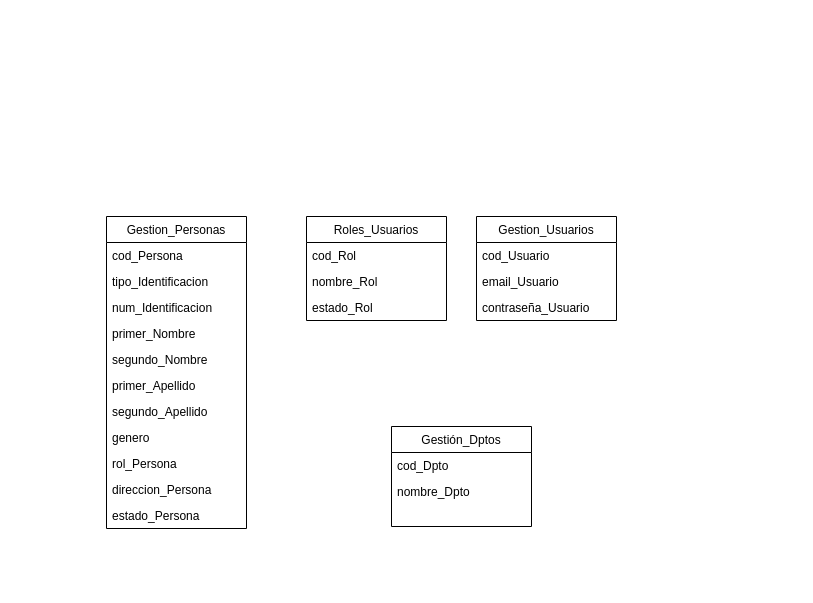
Before: page "Yesid Linares Palmino" (3 of 5) of Untitled Diagram.drawio in dpeter1290/riesgoseincidentesSST, a draw.io diagram. Source tidied: cells renumbered, new cells numbered last; positions are measured from the earlier drawing's top-left corner, leaving out a move shared by most shapes. Both pictures are drawn from the tidied source at 100%, with x=0, y=0 at pixel (106, 216).
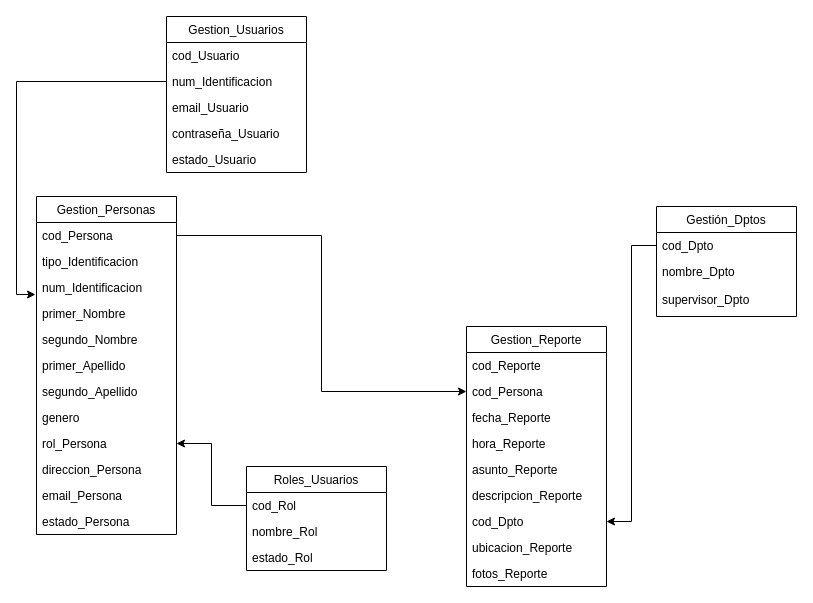
Above is the later version.

Commit message:
Update Diagrama Clases 5

The change refers to these unchanged cells:
```xml
<mxCell id="3" value="cod_Persona" style="text;strokeColor=none;fillColor=none;align=left;verticalAlign=top;spacingLeft=4;spacingRight=4;overflow=hidden;points=[[0,0.5],[1,0.5]];portConstraint=eastwest;" parent="2" vertex="1">
  <mxGeometry y="26" width="140" height="26" as="geometry" />
</mxCell>
<mxCell id="5" value="num_Identificacion" style="text;strokeColor=none;fillColor=none;align=left;verticalAlign=top;spacingLeft=4;spacingRight=4;overflow=hidden;points=[[0,0.5],[1,0.5]];portConstraint=eastwest;" parent="2" vertex="1">
  <mxGeometry y="78" width="140" height="26" as="geometry" />
</mxCell>
<mxCell id="11" value="rol_Persona" style="text;strokeColor=none;fillColor=none;align=left;verticalAlign=top;spacingLeft=4;spacingRight=4;overflow=hidden;points=[[0,0.5],[1,0.5]];portConstraint=eastwest;" parent="2" vertex="1">
  <mxGeometry y="234" width="140" height="26" as="geometry" />
</mxCell>
<mxCell id="15" value="cod_Rol" style="text;strokeColor=none;fillColor=none;align=left;verticalAlign=top;spacingLeft=4;spacingRight=4;overflow=hidden;points=[[0,0.5],[1,0.5]];portConstraint=eastwest;" parent="14" vertex="1">
  <mxGeometry y="26" width="140" height="26" as="geometry" />
</mxCell>
<mxCell id="23" value="cod_Dpto" style="text;strokeColor=none;fillColor=none;align=left;verticalAlign=top;spacingLeft=4;spacingRight=4;overflow=hidden;points=[[0,0.5],[1,0.5]];portConstraint=eastwest;" parent="22" vertex="1">
  <mxGeometry y="26" width="140" height="26" as="geometry" />
</mxCell>
```

Change to the diagram source:
```diff
@@
     <mxCell id="2" value="Gestion_Personas" style="swimlane;fontStyle=0;horizontal=1;startSize=26;fillColor=none;" parent="1" vertex="1">
-      <mxGeometry width="140" height="312" as="geometry" />
+      <mxGeometry x="-70" y="-20" width="140" height="338" as="geometry" />
     </mxCell>
@@
+    <mxCell id="25" value="email_Persona" style="text;strokeColor=none;fillColor=none;align=left;verticalAlign=top;spacingLeft=4;spacingRight=4;overflow=hidden;" parent="2" vertex="1">
+      <mxGeometry y="286" width="140" height="26" as="geometry" />
+    </mxCell>
     <mxCell id="13" value="estado_Persona" style="text;strokeColor=none;fillColor=none;align=left;verticalAlign=top;spacingLeft=4;spacingRight=4;overflow=hidden;" parent="2" vertex="1">
-      <mxGeometry y="286" width="140" height="26" as="geometry" />
+      <mxGeometry y="312" width="140" height="26" as="geometry" />
     </mxCell>
     <mxCell id="14" value="Roles_Usuarios" style="swimlane;fontStyle=0;horizontal=1;startSize=26;fillColor=none;" parent="1" vertex="1">
-      <mxGeometry x="200" width="140" height="104" as="geometry" />
+      <mxGeometry x="140" y="250" width="140" height="104" as="geometry" />
     </mxCell>
@@
     <mxCell id="18" value="Gestion_Usuarios" style="swimlane;fontStyle=0;horizontal=1;startSize=26;fillColor=none;" parent="1" vertex="1">
-      <mxGeometry x="370" width="140" height="104" as="geometry" />
+      <mxGeometry x="60" y="-200" width="140" height="156" as="geometry" />
     </mxCell>
+    <mxCell id="26" value="cod_Usuario" style="text;strokeColor=none;fillColor=none;align=left;verticalAlign=top;spacingLeft=4;spacingRight=4;overflow=hidden;" parent="18" vertex="1">
+      <mxGeometry y="26" width="140" height="26" as="geometry" />
+    </mxCell>
-    <mxCell id="19" value="cod_Usuario" style="text;strokeColor=none;fillColor=none;align=left;verticalAlign=top;spacingLeft=4;spacingRight=4;overflow=hidden;points=[[0,0.5],[1,0.5]];portConstraint=eastwest;" parent="18" vertex="1">
-      <mxGeometry y="26" width="140" height="26" as="geometry" />
+    <mxCell id="19" value="num_Identificacion" style="text;strokeColor=none;fillColor=none;align=left;verticalAlign=top;spacingLeft=4;spacingRight=4;overflow=hidden;points=[[0,0.5],[1,0.5]];portConstraint=eastwest;" parent="18" vertex="1">
+      <mxGeometry y="52" width="140" height="26" as="geometry" />
     </mxCell>
     <mxCell id="20" value="email_Usuario" style="text;strokeColor=none;fillColor=none;align=left;verticalAlign=top;spacingLeft=4;spacingRight=4;overflow=hidden;" parent="18" vertex="1">
-      <mxGeometry y="52" width="140" height="26" as="geometry" />
+      <mxGeometry y="78" width="140" height="26" as="geometry" />
     </mxCell>
     <mxCell id="21" value="contraseña_Usuario" style="text;strokeColor=none;fillColor=none;align=left;verticalAlign=top;spacingLeft=4;spacingRight=4;overflow=hidden;" parent="18" vertex="1">
-      <mxGeometry y="78" width="140" height="26" as="geometry" />
+      <mxGeometry y="104" width="140" height="26" as="geometry" />
     </mxCell>
+    <mxCell id="27" value="estado_Usuario" style="text;strokeColor=none;fillColor=none;align=left;verticalAlign=top;spacingLeft=4;spacingRight=4;overflow=hidden;" parent="18" vertex="1">
+      <mxGeometry y="130" width="140" height="26" as="geometry" />
+    </mxCell>
     <mxCell id="22" value="Gestión_Dptos" style="swimlane;fontStyle=0;horizontal=1;startSize=26;fillColor=none;" parent="1" vertex="1">
-      <mxGeometry x="285" y="210" width="140" height="100" as="geometry" />
+      <mxGeometry x="550" y="-10" width="140" height="110" as="geometry" />
     </mxCell>
@@
     <mxCell id="24" value="nombre_Dpto" style="text;strokeColor=none;fillColor=none;align=left;verticalAlign=top;spacingLeft=4;spacingRight=4;overflow=hidden;" parent="22" vertex="1">
-      <mxGeometry y="52" width="140" height="48" as="geometry" />
+      <mxGeometry y="52" width="140" height="28" as="geometry" />
     </mxCell>
+    <mxCell id="28" value="supervisor_Dpto" style="text;strokeColor=none;fillColor=none;align=left;verticalAlign=top;spacingLeft=4;spacingRight=4;overflow=hidden;" parent="22" vertex="1">
+      <mxGeometry y="80" width="140" height="30" as="geometry" />
+    </mxCell>
+    <mxCell id="29" value="Gestion_Reporte" style="swimlane;fontStyle=0;horizontal=1;startSize=26;fillColor=none;" parent="1" vertex="1">
+      <mxGeometry x="360" y="110" width="140" height="260" as="geometry" />
+    </mxCell>
+    <mxCell id="30" value="cod_Reporte" style="text;strokeColor=none;fillColor=none;align=left;verticalAlign=top;spacingLeft=4;spacingRight=4;overflow=hidden;" parent="29" vertex="1">
+      <mxGeometry y="26" width="140" height="26" as="geometry" />
+    </mxCell>
+    <mxCell id="31" value="cod_Persona" style="text;strokeColor=none;fillColor=none;align=left;verticalAlign=top;spacingLeft=4;spacingRight=4;overflow=hidden;points=[[0,0.5],[1,0.5]];portConstraint=eastwest;" parent="29" vertex="1">
+      <mxGeometry y="52" width="140" height="26" as="geometry" />
+    </mxCell>
+    <mxCell id="32" value="fecha_Reporte" style="text;strokeColor=none;fillColor=none;align=left;verticalAlign=top;spacingLeft=4;spacingRight=4;overflow=hidden;" parent="29" vertex="1">
+      <mxGeometry y="78" width="140" height="26" as="geometry" />
+    </mxCell>
+    <mxCell id="33" value="hora_Reporte" style="text;strokeColor=none;fillColor=none;align=left;verticalAlign=top;spacingLeft=4;spacingRight=4;overflow=hidden;" parent="29" vertex="1">
+      <mxGeometry y="104" width="140" height="26" as="geometry" />
+    </mxCell>
+    <mxCell id="34" value="asunto_Reporte" style="text;strokeColor=none;fillColor=none;align=left;verticalAlign=top;spacingLeft=4;spacingRight=4;overflow=hidden;" parent="29" vertex="1">
+      <mxGeometry y="130" width="140" height="26" as="geometry" />
+    </mxCell>
+    <mxCell id="35" value="descripcion_Reporte" style="text;strokeColor=none;fillColor=none;align=left;verticalAlign=top;spacingLeft=4;spacingRight=4;overflow=hidden;" parent="29" vertex="1">
+      <mxGeometry y="156" width="140" height="26" as="geometry" />
+    </mxCell>
+    <mxCell id="36" value="cod_Dpto" style="text;strokeColor=none;fillColor=none;align=left;verticalAlign=top;spacingLeft=4;spacingRight=4;overflow=hidden;points=[[0,0.5],[1,0.5]];portConstraint=eastwest;" parent="29" vertex="1">
+      <mxGeometry y="182" width="140" height="26" as="geometry" />
+    </mxCell>
+    <mxCell id="37" value="ubicacion_Reporte" style="text;strokeColor=none;fillColor=none;align=left;verticalAlign=top;spacingLeft=4;spacingRight=4;overflow=hidden;" parent="29" vertex="1">
+      <mxGeometry y="208" width="140" height="26" as="geometry" />
+    </mxCell>
+    <mxCell id="38" value="fotos_Reporte" style="text;strokeColor=none;fillColor=none;align=left;verticalAlign=top;spacingLeft=4;spacingRight=4;overflow=hidden;" parent="29" vertex="1">
+      <mxGeometry y="234" width="140" height="26" as="geometry" />
+    </mxCell>
+    <mxCell id="39" style="edgeStyle=orthogonalEdgeStyle;rounded=0;jettySize=auto;html=1;exitX=0;exitY=0.5;exitDx=0;exitDy=0;" parent="1" edge="1" source="15" target="11">
+      <mxGeometry relative="1" as="geometry" />
+    </mxCell>
+    <mxCell id="40" style="edgeStyle=orthogonalEdgeStyle;rounded=0;jettySize=auto;html=1;exitX=0;exitY=0.5;exitDx=0;exitDy=0;entryX=-0.007;entryY=0.769;entryDx=0;entryDy=0;entryPerimeter=0;" parent="1" edge="1" source="19" target="5">
+      <mxGeometry relative="1" as="geometry" />
+    </mxCell>
+    <mxCell id="41" style="edgeStyle=orthogonalEdgeStyle;rounded=0;jettySize=auto;html=1;exitX=1;exitY=0.5;exitDx=0;exitDy=0;" parent="1" edge="1" source="3" target="31">
+      <mxGeometry relative="1" as="geometry" />
+    </mxCell>
+    <mxCell id="42" style="edgeStyle=orthogonalEdgeStyle;rounded=0;jettySize=auto;html=1;exitX=0;exitY=0.5;exitDx=0;exitDy=0;" parent="1" edge="1" source="23" target="36">
+      <mxGeometry relative="1" as="geometry" />
+    </mxCell>
```
